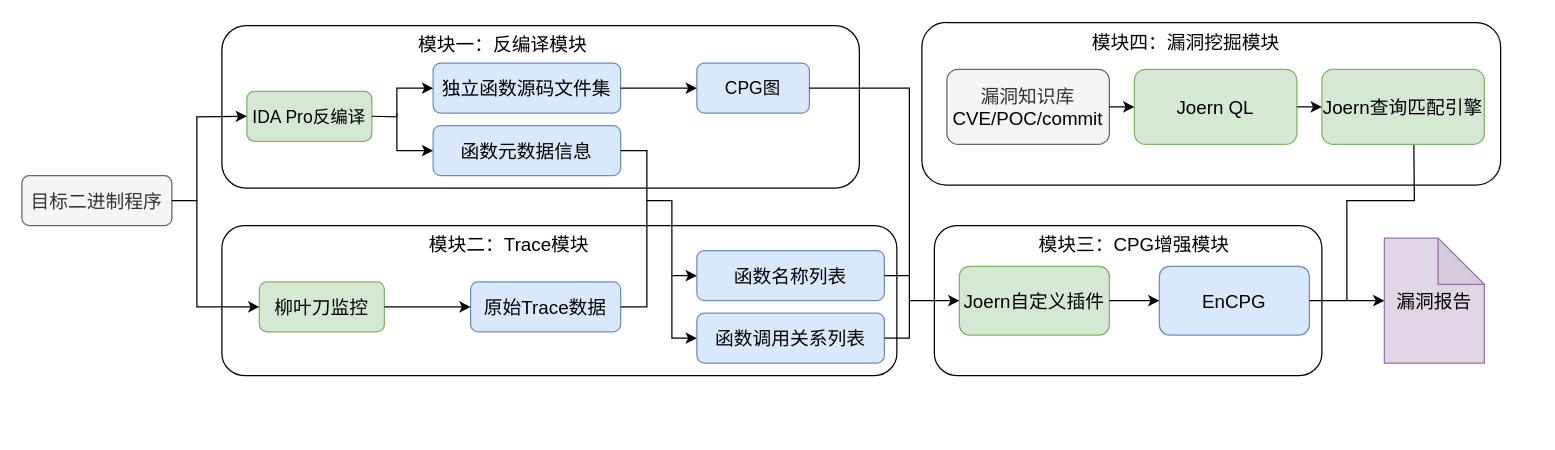
Earlier version of the draw.io diagram MindMap/whole-tech.drawio (hourhl/Draw-io). Source tidied: cells renumbered, new cells numbered last; positions are measured from the earlier drawing's top-left corner, leaving out a move shared by most shapes. Both pictures are drawn from the tidied source at 125%, with x=0, y=0 at pixel (21, 22). Pictures stored in the file or linked from it are replaced by grey dashed boxes.
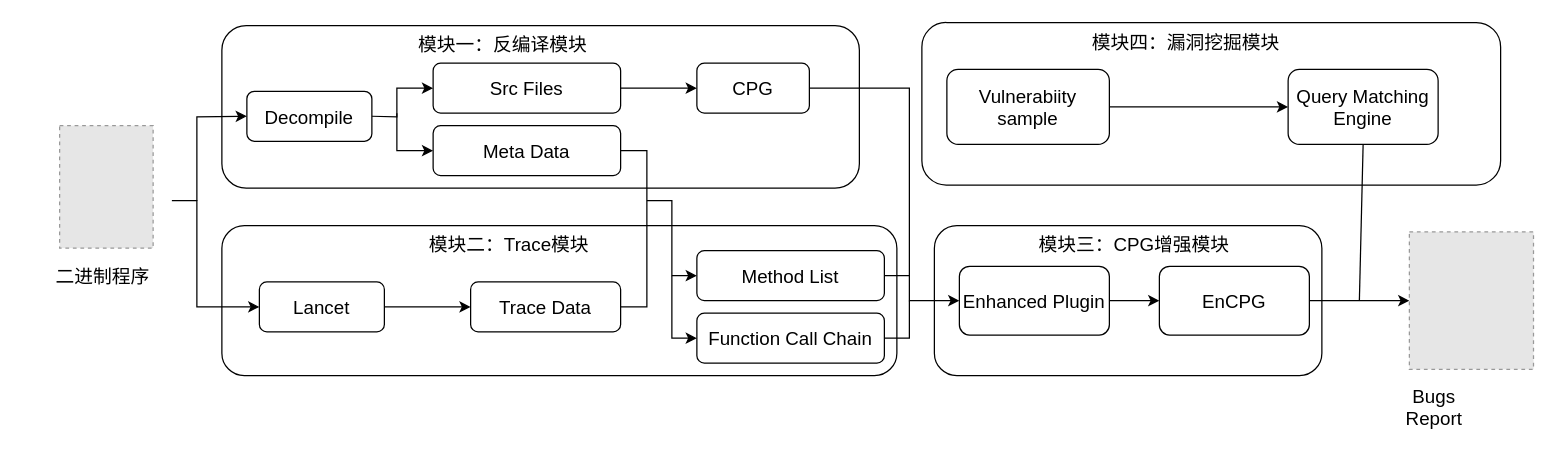
The same page after the edit.

Diff of the diagram source:
```diff
@@
-    <mxCell id="2" value="&lt;font style=&quot;font-size: 15px;&quot;&gt;目标二进制程序&lt;/font&gt;" style="rounded=1;whiteSpace=wrap;html=1;fillColor=#f5f5f5;fontColor=#333333;strokeColor=#666666;" parent="1" vertex="1">
-      <mxGeometry y="122" width="120" height="40" as="geometry" />
-    </mxCell>
@@
-    <mxCell id="6" value="&lt;span style=&quot;font-size: 15px;&quot;&gt;独立函数源码文件集&lt;/span&gt;" style="rounded=1;whiteSpace=wrap;html=1;fillColor=#dae8fc;strokeColor=#6c8ebf;" parent="1" vertex="1">
+    <mxCell id="6" value="&lt;span style=&quot;font-size: 15px;&quot;&gt;Src Files&lt;/span&gt;" style="rounded=1;whiteSpace=wrap;html=1;" parent="1" vertex="1">
       <mxGeometry x="329" y="32" width="150" height="40" as="geometry" />
     </mxCell>
-    <mxCell id="7" value="&lt;font style=&quot;font-size: 14px;&quot;&gt;IDA Pro反编译&lt;/font&gt;" style="rounded=1;whiteSpace=wrap;html=1;fillColor=#d5e8d4;strokeColor=#82b366;" parent="1" vertex="1">
+    <mxCell id="7" value="&lt;font style=&quot;font-size: 15px;&quot;&gt;Decompile&lt;/font&gt;" style="rounded=1;whiteSpace=wrap;html=1;" parent="1" vertex="1">
       <mxGeometry x="180" y="54.5" width="100" height="40" as="geometry" />
     </mxCell>
-    <mxCell id="8" value="&lt;font style=&quot;font-size: 14px;&quot;&gt;CPG图&lt;/font&gt;" style="rounded=1;whiteSpace=wrap;html=1;fillColor=#dae8fc;strokeColor=#6c8ebf;" parent="1" vertex="1">
+    <mxCell id="8" value="&lt;font style=&quot;font-size: 15px;&quot;&gt;CPG&lt;/font&gt;" style="rounded=1;whiteSpace=wrap;html=1;" parent="1" vertex="1">
       <mxGeometry x="540" y="32" width="90" height="40" as="geometry" />
     </mxCell>
@@
-    <mxCell id="11" value="&lt;font style=&quot;font-size: 15px;&quot;&gt;柳叶刀监控&lt;/font&gt;" style="rounded=1;whiteSpace=wrap;html=1;fillColor=#d5e8d4;strokeColor=#82b366;" parent="1" vertex="1">
+    <mxCell id="11" value="&lt;font style=&quot;font-size: 15px;&quot;&gt;Lancet&lt;/font&gt;" style="rounded=1;whiteSpace=wrap;html=1;" parent="1" vertex="1">
       <mxGeometry x="190" y="207" width="100" height="40" as="geometry" />
     </mxCell>
-    <mxCell id="12" value="&lt;font style=&quot;font-size: 15px;&quot;&gt;原始Trace数据&lt;/font&gt;" style="rounded=1;whiteSpace=wrap;html=1;fillColor=#dae8fc;strokeColor=#6c8ebf;" parent="1" vertex="1">
+    <mxCell id="12" value="&lt;font style=&quot;font-size: 15px;&quot;&gt;Trace Data&lt;/font&gt;" style="rounded=1;whiteSpace=wrap;html=1;" parent="1" vertex="1">
       <mxGeometry x="359" y="207" width="120" height="40" as="geometry" />
     </mxCell>
-    <mxCell id="13" value="&lt;span style=&quot;font-size: 15px;&quot;&gt;函数元数据信息&lt;/span&gt;" style="rounded=1;whiteSpace=wrap;html=1;fillColor=#dae8fc;strokeColor=#6c8ebf;" parent="1" vertex="1">
+    <mxCell id="13" value="&lt;span style=&quot;font-size: 15px;&quot;&gt;Meta Data&lt;/span&gt;" style="rounded=1;whiteSpace=wrap;html=1;" parent="1" vertex="1">
       <mxGeometry x="329" y="82" width="150" height="40" as="geometry" />
     </mxCell>
-    <mxCell id="14" value="&lt;span style=&quot;font-size: 15px;&quot;&gt;函数名称列表&lt;/span&gt;" style="rounded=1;whiteSpace=wrap;html=1;fillColor=#dae8fc;strokeColor=#6c8ebf;" parent="1" vertex="1">
+    <mxCell id="14" value="&lt;span style=&quot;font-size: 15px;&quot;&gt;Method List&lt;/span&gt;" style="rounded=1;whiteSpace=wrap;html=1;" parent="1" vertex="1">
       <mxGeometry x="540" y="182" width="150" height="40" as="geometry" />
     </mxCell>
-    <mxCell id="15" value="&lt;span style=&quot;font-size: 15px;&quot;&gt;函数调用关系列表&lt;/span&gt;" style="rounded=1;whiteSpace=wrap;html=1;fillColor=#dae8fc;strokeColor=#6c8ebf;" parent="1" vertex="1">
+    <mxCell id="15" value="&lt;font style=&quot;font-size: 15px;&quot;&gt;Function Call Chain&lt;/font&gt;" style="rounded=1;whiteSpace=wrap;html=1;" parent="1" vertex="1">
       <mxGeometry x="540" y="232" width="150" height="40" as="geometry" />
     </mxCell>
@@
-    <mxCell id="18" value="&lt;font style=&quot;font-size: 15px;&quot;&gt;Joern自定义插件&lt;/font&gt;" style="rounded=1;whiteSpace=wrap;html=1;fillColor=#d5e8d4;strokeColor=#82b366;" parent="1" vertex="1">
+    <mxCell id="18" value="&lt;font style=&quot;font-size: 15px;&quot;&gt;Enhanced Plugin&lt;/font&gt;" style="rounded=1;whiteSpace=wrap;html=1;" parent="1" vertex="1">
       <mxGeometry x="750" y="194.5" width="120" height="55" as="geometry" />
     </mxCell>
-    <mxCell id="19" value="&lt;font style=&quot;font-size: 15px;&quot;&gt;EnCPG&lt;/font&gt;" style="rounded=1;whiteSpace=wrap;html=1;fillColor=#dae8fc;strokeColor=#6c8ebf;" parent="1" vertex="1">
+    <mxCell id="19" value="&lt;font style=&quot;font-size: 15px;&quot;&gt;EnCPG&lt;/font&gt;" style="rounded=1;whiteSpace=wrap;html=1;" parent="1" vertex="1">
       <mxGeometry x="910" y="194.5" width="120" height="55" as="geometry" />
     </mxCell>
@@
-    <mxCell id="22" value="&lt;font style=&quot;font-size: 15px;&quot;&gt;漏洞知识库&lt;/font&gt;&lt;div&gt;&lt;span style=&quot;background-color: transparent; color: light-dark(rgb(0, 0, 0), rgb(255, 255, 255));&quot;&gt;&lt;font style=&quot;font-size: 15px;&quot;&gt;CVE/POC/commit&lt;/font&gt;&lt;/span&gt;&lt;/div&gt;" style="rounded=1;whiteSpace=wrap;html=1;fillColor=#f5f5f5;fontColor=#333333;strokeColor=#666666;" parent="1" vertex="1">
+    <mxCell id="22" value="&lt;font style=&quot;font-size: 15px;&quot;&gt;Vulnerabiity sample&lt;/font&gt;" style="rounded=1;whiteSpace=wrap;html=1;" parent="1" vertex="1">
       <mxGeometry x="740" y="37" width="130" height="60" as="geometry" />
     </mxCell>
-    <mxCell id="23" value="&lt;span style=&quot;font-size: 15px;&quot;&gt;Joern QL&lt;/span&gt;" style="rounded=1;whiteSpace=wrap;html=1;fillColor=#d5e8d4;strokeColor=#82b366;" parent="1" vertex="1">
-      <mxGeometry x="890" y="37" width="130" height="60" as="geometry" />
-    </mxCell>
-    <mxCell id="24" value="&lt;span style=&quot;font-size: 15px;&quot;&gt;Joern查询匹配引擎&lt;/span&gt;" style="rounded=1;whiteSpace=wrap;html=1;fillColor=#d5e8d4;strokeColor=#82b366;" parent="1" vertex="1">
-      <mxGeometry x="1040" y="37" width="130" height="60" as="geometry" />
-    </mxCell>
-    <mxCell id="25" value="&lt;font style=&quot;font-size: 15px;&quot;&gt;漏洞报告&lt;/font&gt;" style="shape=note;whiteSpace=wrap;html=1;backgroundOutline=1;darkOpacity=0.05;size=37;fillColor=#e1d5e7;strokeColor=#9673a6;" parent="1" vertex="1">
-      <mxGeometry x="1090" y="172" width="80" height="100" as="geometry" />
-    </mxCell>
-    <mxCell id="26" style="endArrow=classic;html=1;rounded=0;entryX=0;entryY=0.5;entryDx=0;entryDy=0;exitX=1;exitY=0.5;exitDx=0;exitDy=0;" parent="1" edge="1" source="2" target="11">
+    <mxCell id="26" style="endArrow=classic;html=1;rounded=0;entryX=0;entryY=0.5;entryDx=0;entryDy=0;exitX=1;exitY=0.5;exitDx=0;exitDy=0;" parent="1" edge="1" target="11">
       <mxGeometry relative="1" as="geometry">
+        <mxPoint x="120" y="142" as="sourcePoint" />
         <Array as="points">
           <mxPoint x="140" y="142" />
           <mxPoint x="140" y="227" />
         </Array>
       </mxGeometry>
     </mxCell>
@@
-    <mxCell id="39" style="endArrow=classic;html=1;rounded=0;exitX=1;exitY=0.5;exitDx=0;exitDy=0;entryX=0;entryY=0.5;entryDx=0;entryDy=0;" parent="1" edge="1" source="22" target="23">
-      <mxGeometry relative="1" as="geometry" />
-    </mxCell>
-    <mxCell id="40" style="endArrow=classic;html=1;rounded=0;exitX=1;exitY=0.5;exitDx=0;exitDy=0;entryX=0;entryY=0.5;entryDx=0;entryDy=0;" parent="1" edge="1" source="23" target="24">
+    <mxCell id="40" style="endArrow=classic;html=1;rounded=0;exitX=1;exitY=0.5;exitDx=0;exitDy=0;" parent="1" edge="1" source="22" target="47">
       <mxGeometry relative="1" as="geometry" />
     </mxCell>
-    <mxCell id="41" style="endArrow=classic;html=1;rounded=0;exitX=1;exitY=0.5;exitDx=0;exitDy=0;entryX=0;entryY=0.5;entryDx=0;entryDy=0;entryPerimeter=0;" parent="1" edge="1" source="19" target="25">
+    <mxCell id="41" style="endArrow=classic;html=1;rounded=0;exitX=1;exitY=0.5;exitDx=0;exitDy=0;entryX=0;entryY=0.5;entryDx=0;entryDy=0;" parent="1" edge="1" source="19" target="45">
       <mxGeometry relative="1" as="geometry" />
     </mxCell>
-    <mxCell id="42" style="endArrow=none;html=1;rounded=0;exitX=0.566;exitY=1.007;exitDx=0;exitDy=0;exitPerimeter=0;" parent="1" edge="1" source="24">
-      <mxGeometry relative="1" as="geometry">
-        <mxPoint x="1060" y="222" as="targetPoint" />
-        <Array as="points">
-          <mxPoint x="1114" y="142" />
-          <mxPoint x="1060" y="142" />
-        </Array>
-      </mxGeometry>
-    </mxCell>
+    <mxCell id="43" style="fillColor=#E6E6E6;strokeColor=#999999;dashed=1;verticalLabelPosition=bottom;labelBackgroundColor=default;verticalAlign=top;" parent="1" vertex="1">
+      <mxGeometry x="30.2" y="82" width="74.8" height="98" as="geometry" />
+    </mxCell>
+    <mxCell id="44" value="&lt;font style=&quot;font-size: 15px;&quot;&gt;二进制程序&lt;/font&gt;" style="text;html=1;whiteSpace=wrap;strokeColor=none;fillColor=none;align=center;verticalAlign=middle;rounded=0;" parent="1" vertex="1">
+      <mxGeometry x="25" y="187" width="80" height="30" as="geometry" />
+    </mxCell>
+    <mxCell id="45" style="fillColor=#E6E6E6;strokeColor=#999999;dashed=1;verticalLabelPosition=bottom;labelBackgroundColor=default;verticalAlign=top;" parent="1" vertex="1">
+      <mxGeometry x="1110" y="167" width="99.3" height="110" as="geometry" />
+    </mxCell>
+    <mxCell id="46" value="&lt;font style=&quot;font-size: 15px;&quot;&gt;Bugs Report&lt;/font&gt;" style="text;html=1;whiteSpace=wrap;strokeColor=none;fillColor=none;align=center;verticalAlign=middle;rounded=0;" parent="1" vertex="1">
+      <mxGeometry x="1100" y="292" width="60" height="30" as="geometry" />
+    </mxCell>
+    <mxCell id="47" value="&lt;span style=&quot;font-size: 15px;&quot;&gt;Query Matching Engine&lt;/span&gt;" style="rounded=1;whiteSpace=wrap;html=1;" parent="1" vertex="1">
+      <mxGeometry x="1013" y="37" width="120" height="60" as="geometry" />
+    </mxCell>
+    <mxCell id="48" style="endArrow=none;html=1;rounded=0;entryX=0.5;entryY=1;entryDx=0;entryDy=0;" parent="1" edge="1" target="47">
+      <mxGeometry relative="1" as="geometry">
+        <mxPoint x="1070" y="222" as="sourcePoint" />
+      </mxGeometry>
+    </mxCell>
```
